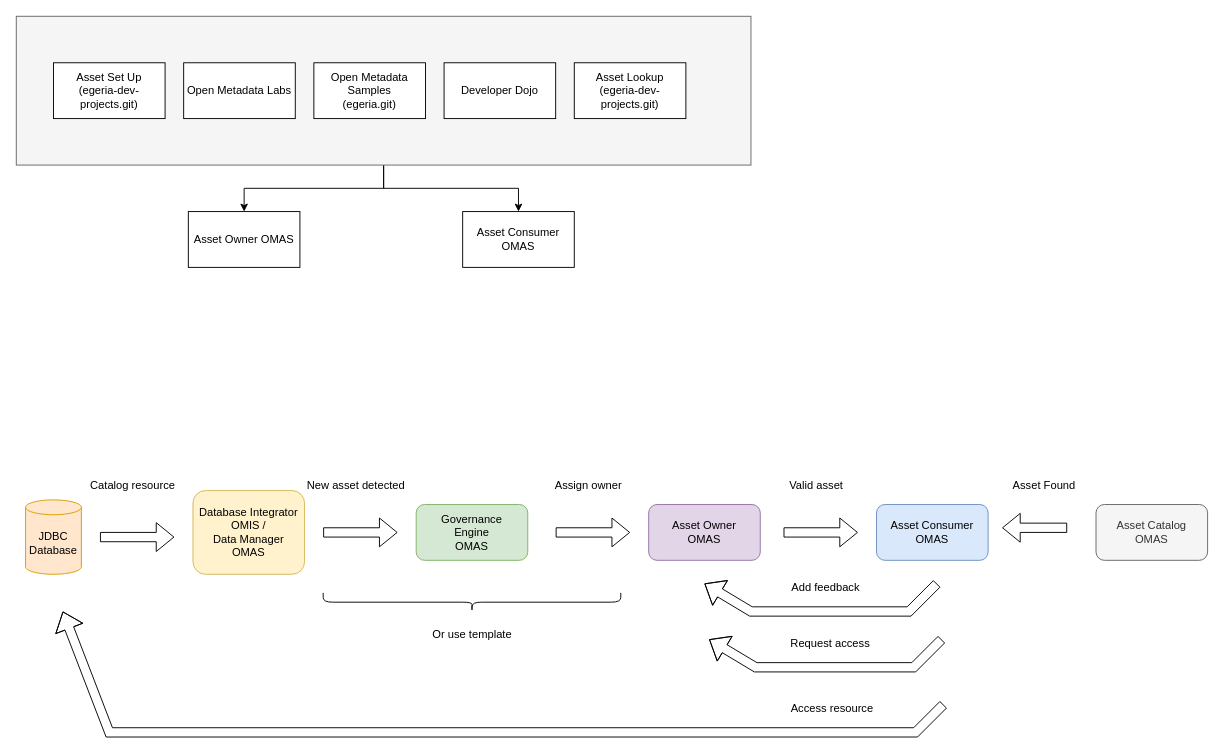
Earlier version of the draw.io diagram page "uses" (3 of 4) of site/docs/services/omas/asset-consumer/asset-consumer.drawio (odpi/egeria-docs). Source tidied: cells renumbered, new cells numbered last; positions are measured from the earlier drawing's top-left corner, leaving out a move shared by most shapes. Both pictures are drawn from the tidied source at 93%, with x=0, y=0 at pixel (16, 16).
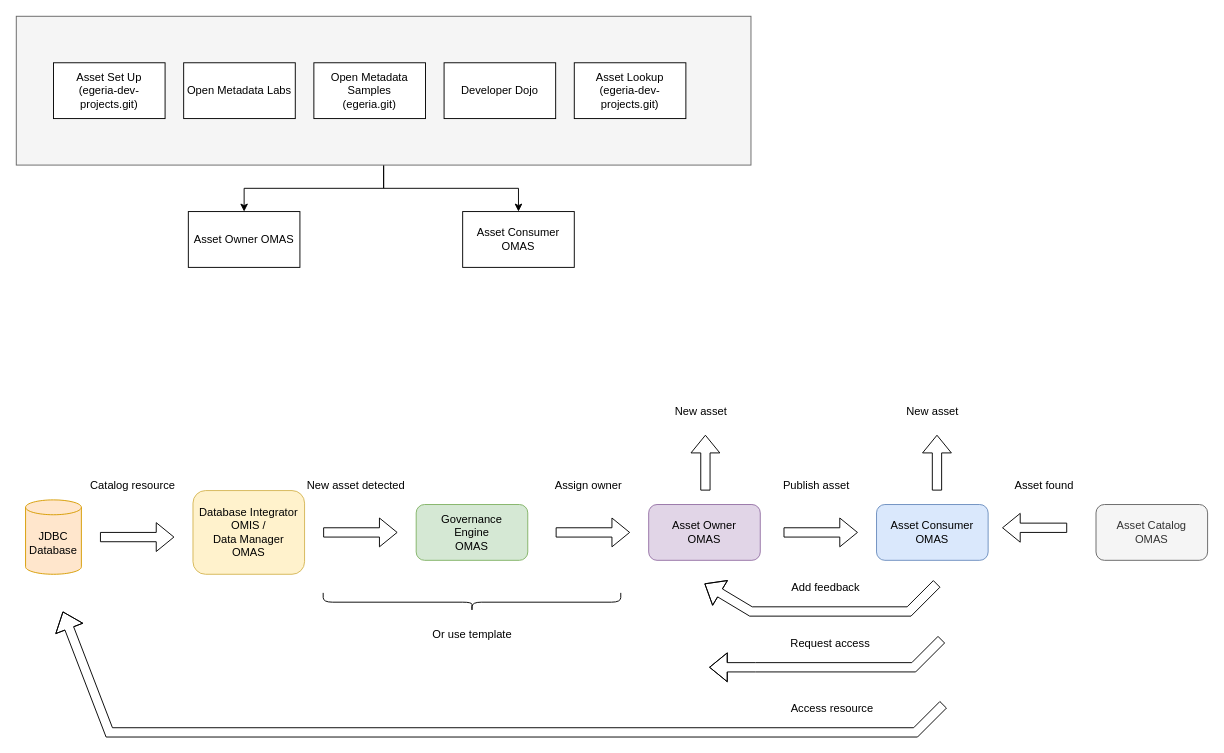
Above is the later version.

What changed in the source:
```diff
@@
-    <mxCell id="24" value="Valid asset" style="text;html=1;align=center;verticalAlign=middle;strokeColor=none;fillColor=none;" parent="1" vertex="1">
-      <mxGeometry x="820" y="490" width="80" height="30" as="geometry" />
+    <mxCell id="24" value="Publish asset" style="text;html=1;align=center;verticalAlign=middle;strokeColor=none;fillColor=none;" parent="1" vertex="1">
+      <mxGeometry x="815" y="490" width="90" height="30" as="geometry" />
     </mxCell>
@@
     <mxCell id="27" style="shape=flexArrow;endArrow=classic;html=1;rounded=0;" parent="1" edge="1">
       <mxGeometry relative="1" as="geometry">
         <mxPoint x="995" y="670" as="sourcePoint" />
-        <mxPoint x="745" y="670" as="targetPoint" />
+        <mxPoint x="745" y="700" as="targetPoint" />
         <Array as="points">
           <mxPoint x="965" y="700" />
           <mxPoint x="795" y="700" />
         </Array>
       </mxGeometry>
     </mxCell>
@@
-    <mxCell id="33" value="Asset Found" style="text;html=1;align=center;verticalAlign=middle;strokeColor=none;fillColor=none;" parent="1" vertex="1">
+    <mxCell id="33" value="Asset found" style="text;html=1;align=center;verticalAlign=middle;strokeColor=none;fillColor=none;" parent="1" vertex="1">
       <mxGeometry x="1060" y="490" width="90" height="30" as="geometry" />
     </mxCell>
@@
+    <mxCell id="36" style="shape=flexArrow;endArrow=classic;html=1;rounded=0;" parent="1" edge="1">
+      <mxGeometry relative="1" as="geometry">
+        <mxPoint x="990" y="510" as="sourcePoint" />
+        <mxPoint x="990" y="450" as="targetPoint" />
+      </mxGeometry>
+    </mxCell>
+    <mxCell id="37" value="New asset" style="text;html=1;align=center;verticalAlign=middle;strokeColor=none;fillColor=none;" parent="1" vertex="1">
+      <mxGeometry x="945" y="410" width="80" height="30" as="geometry" />
+    </mxCell>
+    <mxCell id="38" style="shape=flexArrow;endArrow=classic;html=1;rounded=0;" parent="1" edge="1">
+      <mxGeometry relative="1" as="geometry">
+        <mxPoint x="741" y="510" as="sourcePoint" />
+        <mxPoint x="741" y="450" as="targetPoint" />
+      </mxGeometry>
+    </mxCell>
+    <mxCell id="39" value="New asset" style="text;html=1;align=center;verticalAlign=middle;strokeColor=none;fillColor=none;" parent="1" vertex="1">
+      <mxGeometry x="696" y="410" width="80" height="30" as="geometry" />
+    </mxCell>
```
